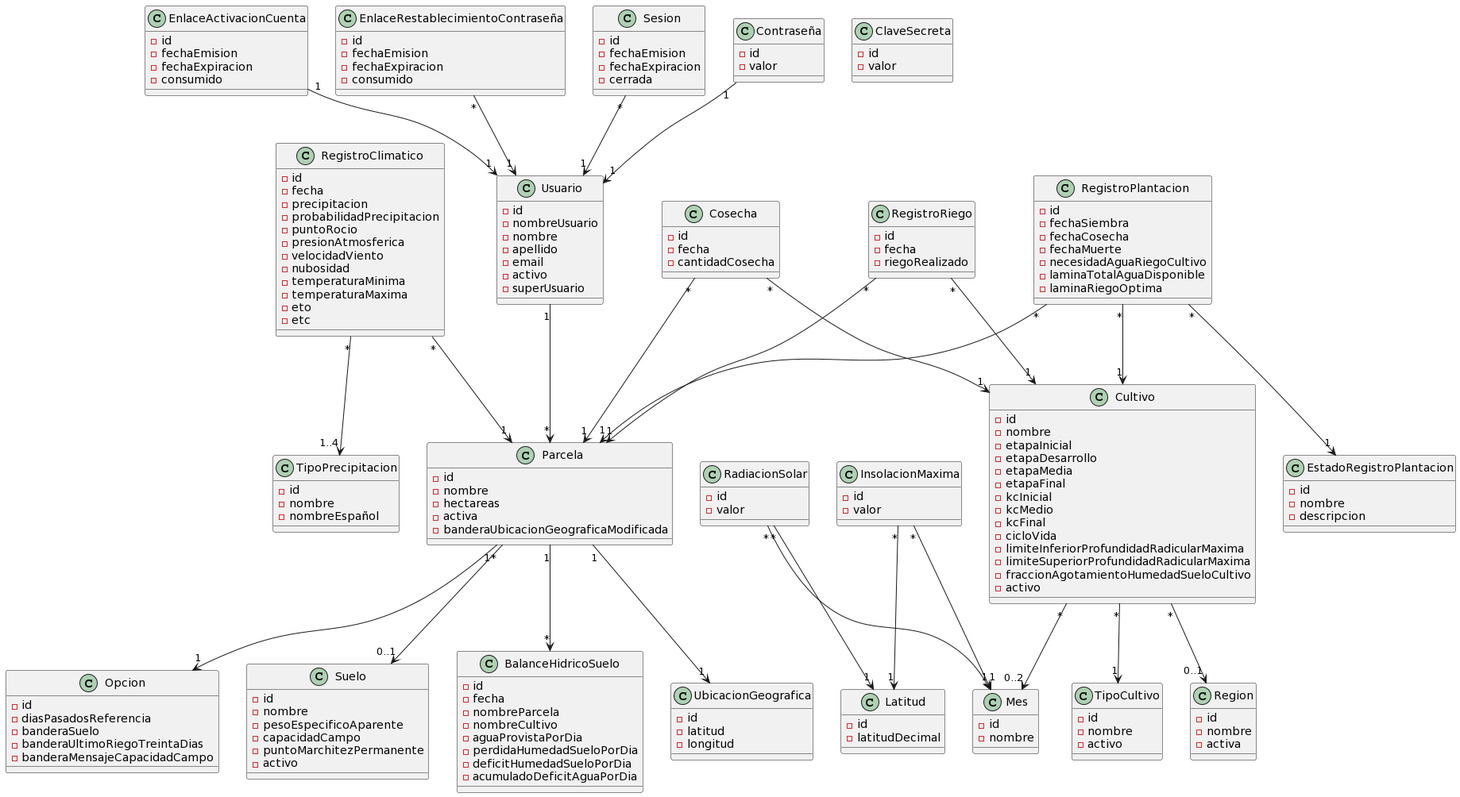
The PlantUML diagram docs/domain model/Modelo de dominio.png in facundopaez-dev/sistema-web-riego, before a commit.
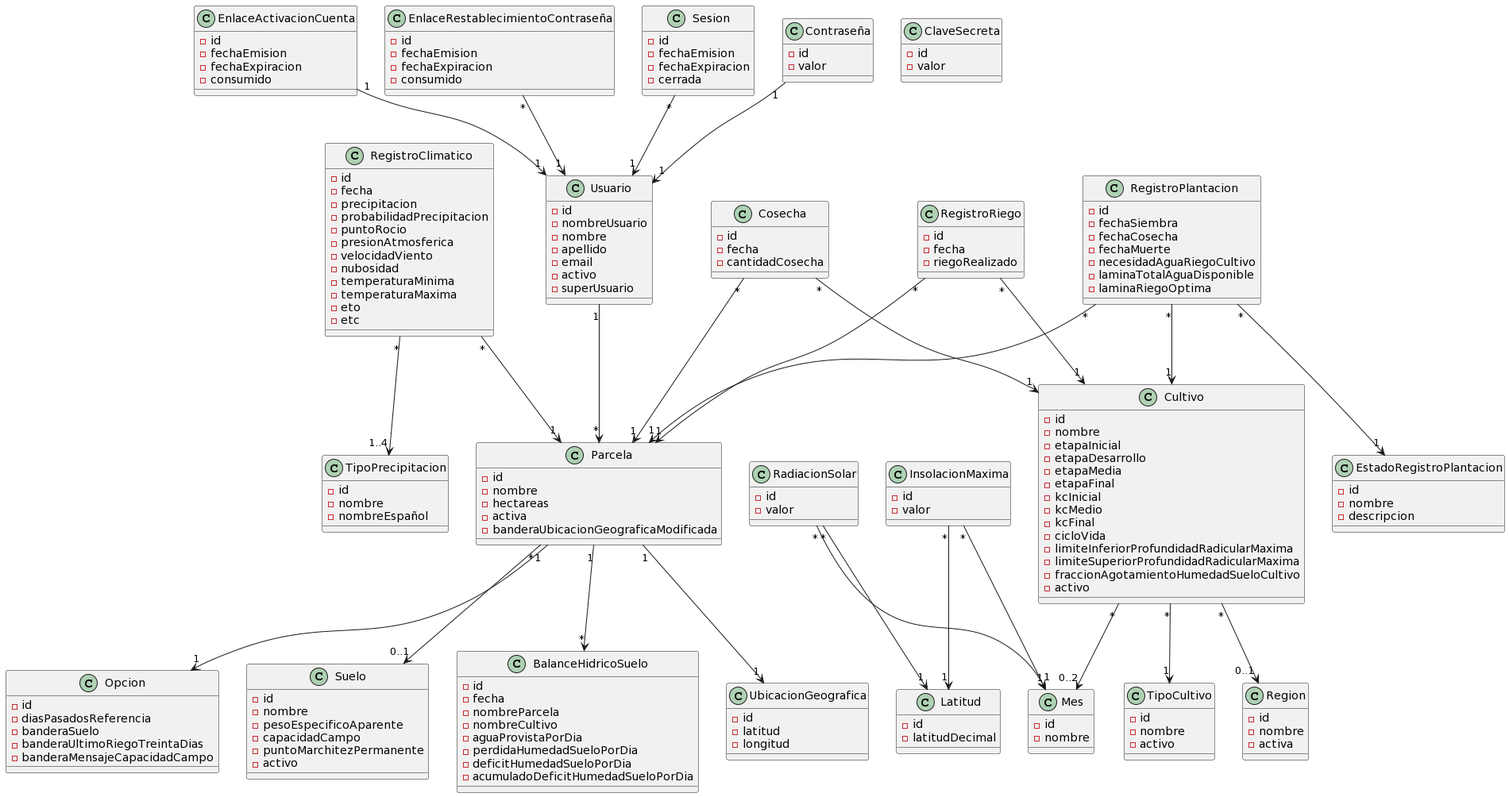
The same diagram one commit later.

What changed in the source:
```diff
@@ -189,7 +189,7 @@
 -aguaProvistaPorDia
 -perdidaHumedadSueloPorDia
 -deficitHumedadSueloPorDia
--acumuladoDeficitAguaPorDia
+-acumuladoDeficitHumedadSueloPorDia
 }
 
 class Suelo {
```
